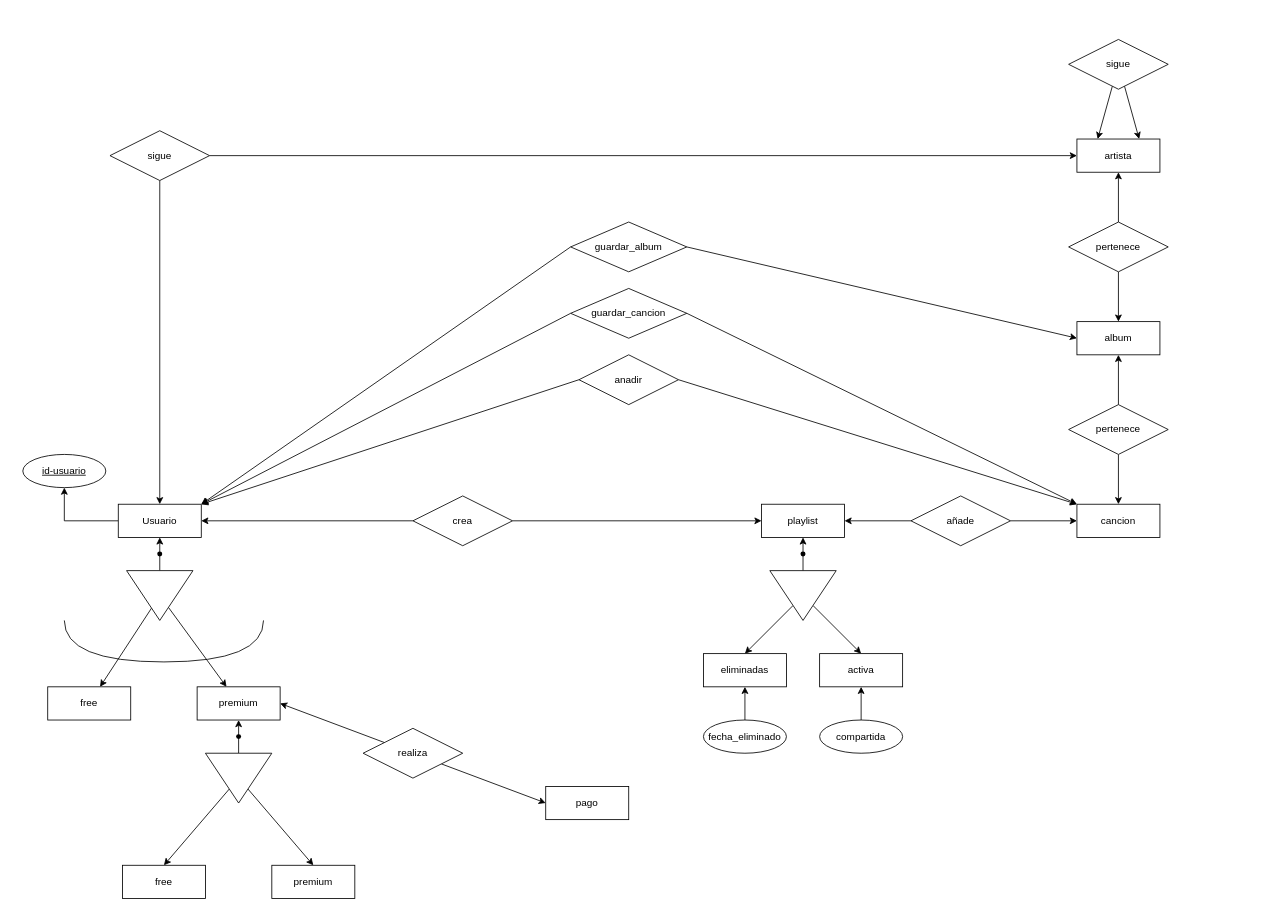
The draw.io diagram SpotifySolucion.drawio in miguelelinformatico/2025_26, before the edit. Source tidied: cells renumbered, new cells numbered last; positions are measured from the earlier drawing's top-left corner, leaving out a move shared by most shapes. Both pictures are drawn from the tidied source at 83%, with x=0, y=0 at pixel (22, 39).
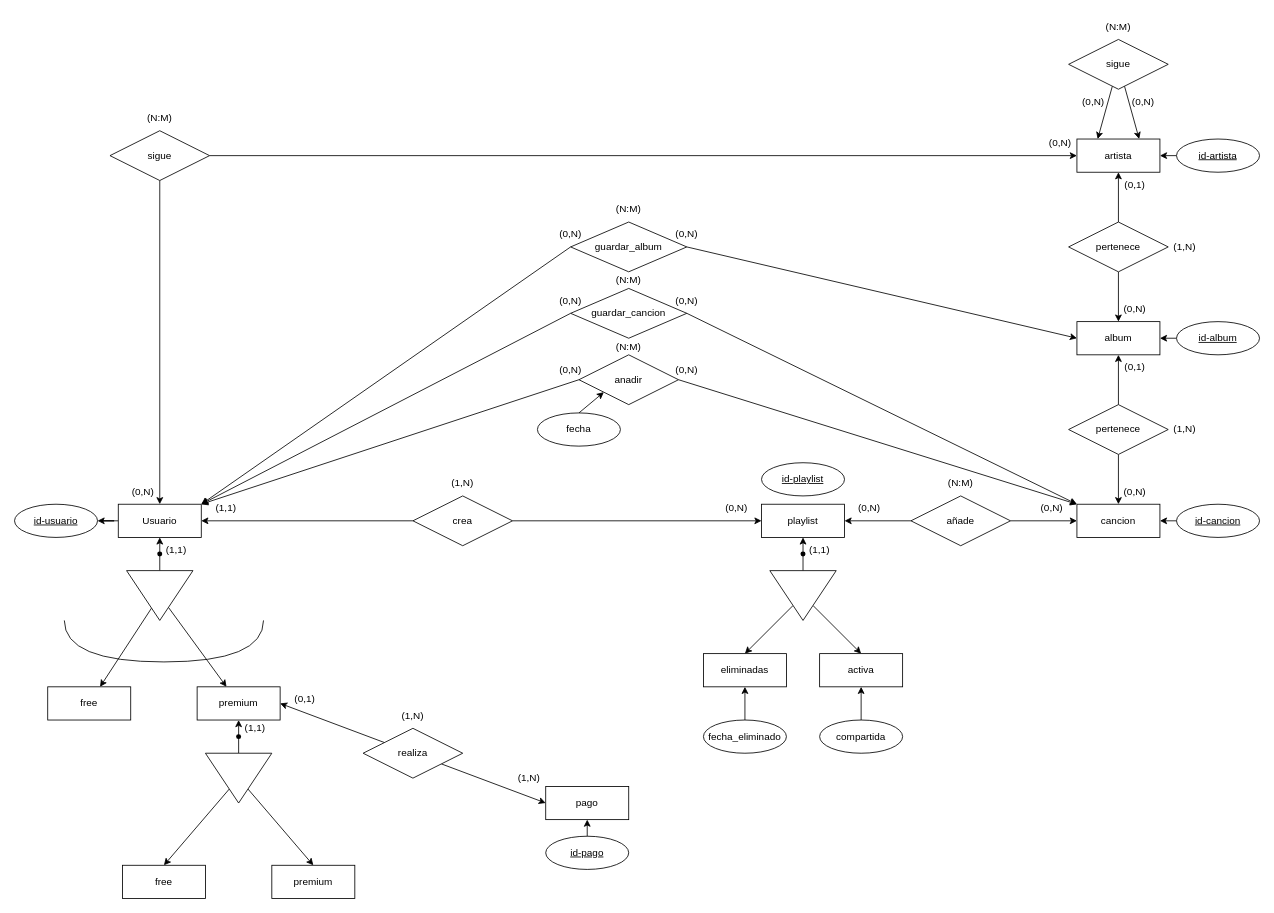
Above is the later version.

Unchanged cells that the change refers to:
```xml
<mxCell id="23" value="pago" style="whiteSpace=wrap;html=1;align=center;" parent="1" vertex="1">
  <mxGeometry x="630" y="900" width="100" height="40" as="geometry" />
</mxCell>
<mxCell id="40" value="cancion" style="whiteSpace=wrap;html=1;align=center;" parent="1" vertex="1">
  <mxGeometry x="1270" y="560" width="100" height="40" as="geometry" />
</mxCell>
<mxCell id="47" value="album" style="whiteSpace=wrap;html=1;align=center;" parent="1" vertex="1">
  <mxGeometry x="1270" y="340" width="100" height="40" as="geometry" />
</mxCell>
<mxCell id="51" value="artista" style="whiteSpace=wrap;html=1;align=center;" parent="1" vertex="1">
  <mxGeometry x="1270" y="120" width="100" height="40" as="geometry" />
</mxCell>
<mxCell id="60" value="anadir" style="shape=rhombus;perimeter=rhombusPerimeter;whiteSpace=wrap;html=1;align=center;" parent="1" vertex="1">
  <mxGeometry x="670" y="380" width="120" height="60" as="geometry" />
</mxCell>
```

Change to the diagram source:
```diff
@@
     <mxCell id="12" value="id-usuario" style="ellipse;whiteSpace=wrap;html=1;align=center;fontStyle=4;" parent="1" vertex="1">
-      <mxGeometry y="500" width="100" height="40" as="geometry" />
+      <mxGeometry x="-10" y="560" width="100" height="40" as="geometry" />
     </mxCell>
@@
+    <mxCell id="67" value="(1,1)" style="text;html=1;whiteSpace=wrap;strokeColor=none;fillColor=none;align=center;verticalAlign=middle;rounded=0;" parent="1" vertex="1">
+      <mxGeometry x="155" y="600" width="60" height="30" as="geometry" />
+    </mxCell>
+    <mxCell id="68" value="(1,N)" style="text;html=1;whiteSpace=wrap;strokeColor=none;fillColor=none;align=center;verticalAlign=middle;rounded=0;" parent="1" vertex="1">
+      <mxGeometry x="580" y="875" width="60" height="30" as="geometry" />
+    </mxCell>
+    <mxCell id="69" value="(1,N)" style="text;html=1;whiteSpace=wrap;strokeColor=none;fillColor=none;align=center;verticalAlign=middle;rounded=0;" parent="1" vertex="1">
+      <mxGeometry x="440" y="800" width="60" height="30" as="geometry" />
+    </mxCell>
+    <mxCell id="70" value="(0,1)" style="text;html=1;whiteSpace=wrap;strokeColor=none;fillColor=none;align=center;verticalAlign=middle;rounded=0;" parent="1" vertex="1">
+      <mxGeometry x="310" y="780" width="60" height="30" as="geometry" />
+    </mxCell>
+    <mxCell id="71" value="(1,1)" style="text;html=1;whiteSpace=wrap;strokeColor=none;fillColor=none;align=center;verticalAlign=middle;rounded=0;" parent="1" vertex="1">
+      <mxGeometry x="250" y="815" width="60" height="30" as="geometry" />
+    </mxCell>
+    <mxCell id="72" value="(1,N)" style="text;html=1;whiteSpace=wrap;strokeColor=none;fillColor=none;align=center;verticalAlign=middle;rounded=0;" parent="1" vertex="1">
+      <mxGeometry x="500" y="520" width="60" height="30" as="geometry" />
+    </mxCell>
+    <mxCell id="73" value="(0,N)" style="text;html=1;whiteSpace=wrap;strokeColor=none;fillColor=none;align=center;verticalAlign=middle;rounded=0;" parent="1" vertex="1">
+      <mxGeometry x="830" y="550" width="60" height="30" as="geometry" />
+    </mxCell>
+    <mxCell id="74" value="(1,1)" style="text;html=1;whiteSpace=wrap;strokeColor=none;fillColor=none;align=center;verticalAlign=middle;rounded=0;" parent="1" vertex="1">
+      <mxGeometry x="215" y="550" width="60" height="30" as="geometry" />
+    </mxCell>
+    <mxCell id="75" value="(0,N)" style="text;html=1;whiteSpace=wrap;strokeColor=none;fillColor=none;align=center;verticalAlign=middle;rounded=0;" parent="1" vertex="1">
+      <mxGeometry x="990" y="550" width="60" height="30" as="geometry" />
+    </mxCell>
+    <mxCell id="76" value="(0,N)" style="text;html=1;whiteSpace=wrap;strokeColor=none;fillColor=none;align=center;verticalAlign=middle;rounded=0;" parent="1" vertex="1">
+      <mxGeometry x="1210" y="550" width="60" height="30" as="geometry" />
+    </mxCell>
+    <mxCell id="77" value="(N:M)" style="text;html=1;whiteSpace=wrap;strokeColor=none;fillColor=none;align=center;verticalAlign=middle;rounded=0;" parent="1" vertex="1">
+      <mxGeometry x="1100" y="520" width="60" height="30" as="geometry" />
+    </mxCell>
+    <mxCell id="78" value="(0,N)" style="text;html=1;whiteSpace=wrap;strokeColor=none;fillColor=none;align=center;verticalAlign=middle;rounded=0;" parent="1" vertex="1">
+      <mxGeometry x="1310" y="530" width="60" height="30" as="geometry" />
+    </mxCell>
+    <mxCell id="79" value="(1,N)" style="text;html=1;whiteSpace=wrap;strokeColor=none;fillColor=none;align=center;verticalAlign=middle;rounded=0;" parent="1" vertex="1">
+      <mxGeometry x="1370" y="455" width="60" height="30" as="geometry" />
+    </mxCell>
+    <mxCell id="80" value="(0,1)" style="text;html=1;whiteSpace=wrap;strokeColor=none;fillColor=none;align=center;verticalAlign=middle;rounded=0;" parent="1" vertex="1">
+      <mxGeometry x="1310" y="380" width="60" height="30" as="geometry" />
+    </mxCell>
+    <mxCell id="81" value="(0,N)" style="text;html=1;whiteSpace=wrap;strokeColor=none;fillColor=none;align=center;verticalAlign=middle;rounded=0;" parent="1" vertex="1">
+      <mxGeometry x="1310" y="310" width="60" height="30" as="geometry" />
+    </mxCell>
+    <mxCell id="82" value="(0,1)" style="text;html=1;whiteSpace=wrap;strokeColor=none;fillColor=none;align=center;verticalAlign=middle;rounded=0;" parent="1" vertex="1">
+      <mxGeometry x="1310" y="160" width="60" height="30" as="geometry" />
+    </mxCell>
+    <mxCell id="83" value="(1,N)" style="text;html=1;whiteSpace=wrap;strokeColor=none;fillColor=none;align=center;verticalAlign=middle;rounded=0;" parent="1" vertex="1">
+      <mxGeometry x="1370" y="235" width="60" height="30" as="geometry" />
+    </mxCell>
+    <mxCell id="84" value="(0,N)" style="text;html=1;whiteSpace=wrap;strokeColor=none;fillColor=none;align=center;verticalAlign=middle;rounded=0;" parent="1" vertex="1">
+      <mxGeometry x="1320" y="60" width="60" height="30" as="geometry" />
+    </mxCell>
+    <mxCell id="85" value="(0,N)" style="text;html=1;whiteSpace=wrap;strokeColor=none;fillColor=none;align=center;verticalAlign=middle;rounded=0;" parent="1" vertex="1">
+      <mxGeometry x="1260" y="60" width="60" height="30" as="geometry" />
+    </mxCell>
+    <mxCell id="86" value="(N:M)" style="text;html=1;whiteSpace=wrap;strokeColor=none;fillColor=none;align=center;verticalAlign=middle;rounded=0;" parent="1" vertex="1">
+      <mxGeometry x="1290" y="-30" width="60" height="30" as="geometry" />
+    </mxCell>
+    <mxCell id="87" value="(0,N)" style="text;html=1;whiteSpace=wrap;strokeColor=none;fillColor=none;align=center;verticalAlign=middle;rounded=0;" parent="1" vertex="1">
+      <mxGeometry x="115" y="530" width="60" height="30" as="geometry" />
+    </mxCell>
+    <mxCell id="88" value="(N:M)" style="text;html=1;whiteSpace=wrap;strokeColor=none;fillColor=none;align=center;verticalAlign=middle;rounded=0;" parent="1" vertex="1">
+      <mxGeometry x="135" y="80" width="60" height="30" as="geometry" />
+    </mxCell>
+    <mxCell id="89" value="(0,N)" style="text;html=1;whiteSpace=wrap;strokeColor=none;fillColor=none;align=center;verticalAlign=middle;rounded=0;" parent="1" vertex="1">
+      <mxGeometry x="1220" y="110" width="60" height="30" as="geometry" />
+    </mxCell>
+    <mxCell id="90" value="(0,N)" style="text;html=1;whiteSpace=wrap;strokeColor=none;fillColor=none;align=center;verticalAlign=middle;rounded=0;" parent="1" vertex="1">
+      <mxGeometry x="630" y="220" width="60" height="30" as="geometry" />
+    </mxCell>
+    <mxCell id="91" value="(0,N)" style="text;html=1;whiteSpace=wrap;strokeColor=none;fillColor=none;align=center;verticalAlign=middle;rounded=0;" parent="1" vertex="1">
+      <mxGeometry x="770" y="220" width="60" height="30" as="geometry" />
+    </mxCell>
+    <mxCell id="92" value="(N:M)" style="text;html=1;whiteSpace=wrap;strokeColor=none;fillColor=none;align=center;verticalAlign=middle;rounded=0;" parent="1" vertex="1">
+      <mxGeometry x="700" y="190" width="60" height="30" as="geometry" />
+    </mxCell>
+    <mxCell id="93" value="(0,N)" style="text;html=1;whiteSpace=wrap;strokeColor=none;fillColor=none;align=center;verticalAlign=middle;rounded=0;" parent="1" vertex="1">
+      <mxGeometry x="630" y="300" width="60" height="30" as="geometry" />
+    </mxCell>
+    <mxCell id="94" value="(0,N)" style="text;html=1;whiteSpace=wrap;strokeColor=none;fillColor=none;align=center;verticalAlign=middle;rounded=0;" parent="1" vertex="1">
+      <mxGeometry x="770" y="300" width="60" height="30" as="geometry" />
+    </mxCell>
+    <mxCell id="95" value="(N:M)" style="text;html=1;whiteSpace=wrap;strokeColor=none;fillColor=none;align=center;verticalAlign=middle;rounded=0;" parent="1" vertex="1">
+      <mxGeometry x="700" y="275" width="60" height="30" as="geometry" />
+    </mxCell>
+    <mxCell id="96" value="(0,N)" style="text;html=1;whiteSpace=wrap;strokeColor=none;fillColor=none;align=center;verticalAlign=middle;rounded=0;" parent="1" vertex="1">
+      <mxGeometry x="630" y="383" width="60" height="30" as="geometry" />
+    </mxCell>
+    <mxCell id="97" value="(0,N)" style="text;html=1;whiteSpace=wrap;strokeColor=none;fillColor=none;align=center;verticalAlign=middle;rounded=0;" parent="1" vertex="1">
+      <mxGeometry x="770" y="383" width="60" height="30" as="geometry" />
+    </mxCell>
+    <mxCell id="98" value="(N:M)" style="text;html=1;whiteSpace=wrap;strokeColor=none;fillColor=none;align=center;verticalAlign=middle;rounded=0;" parent="1" vertex="1">
+      <mxGeometry x="700" y="356" width="60" height="30" as="geometry" />
+    </mxCell>
+    <mxCell id="99" value="(1,1)" style="text;html=1;whiteSpace=wrap;strokeColor=none;fillColor=none;align=center;verticalAlign=middle;rounded=0;" parent="1" vertex="1">
+      <mxGeometry x="930" y="600" width="60" height="30" as="geometry" />
+    </mxCell>
+    <mxCell id="100" value="id-playlist" style="ellipse;whiteSpace=wrap;html=1;align=center;fontStyle=4;" parent="1" vertex="1">
+      <mxGeometry x="890" y="510" width="100" height="40" as="geometry" />
+    </mxCell>
+    <mxCell id="101" style="edgeStyle=none;rounded=0;jettySize=auto;html=1;" parent="1" edge="1" source="102" target="40">
+      <mxGeometry relative="1" as="geometry" />
+    </mxCell>
+    <mxCell id="102" value="id-cancion" style="ellipse;whiteSpace=wrap;html=1;align=center;fontStyle=4;" parent="1" vertex="1">
+      <mxGeometry x="1390" y="560" width="100" height="40" as="geometry" />
+    </mxCell>
+    <mxCell id="103" style="edgeStyle=none;rounded=0;jettySize=auto;html=1;" parent="1" edge="1" source="104" target="47">
+      <mxGeometry relative="1" as="geometry" />
+    </mxCell>
+    <mxCell id="104" value="id-album" style="ellipse;whiteSpace=wrap;html=1;align=center;fontStyle=4;" parent="1" vertex="1">
+      <mxGeometry x="1390" y="340" width="100" height="40" as="geometry" />
+    </mxCell>
+    <mxCell id="105" style="edgeStyle=none;rounded=0;jettySize=auto;html=1;" parent="1" edge="1" source="106" target="51">
+      <mxGeometry relative="1" as="geometry" />
+    </mxCell>
+    <mxCell id="106" value="id-artista" style="ellipse;whiteSpace=wrap;html=1;align=center;fontStyle=4;" parent="1" vertex="1">
+      <mxGeometry x="1390" y="120" width="100" height="40" as="geometry" />
+    </mxCell>
+    <mxCell id="107" style="edgeStyle=none;rounded=0;jettySize=auto;html=1;entryX=0;entryY=1;entryDx=0;entryDy=0;exitX=0.5;exitY=0;exitDx=0;exitDy=0;" parent="1" edge="1" source="108" target="60">
+      <mxGeometry relative="1" as="geometry" />
+    </mxCell>
+    <mxCell id="108" value="fecha" style="ellipse;whiteSpace=wrap;html=1;align=center;" parent="1" vertex="1">
+      <mxGeometry x="620" y="450" width="100" height="40" as="geometry" />
+    </mxCell>
+    <mxCell id="109" value="id-pago" style="ellipse;whiteSpace=wrap;html=1;align=center;fontStyle=4;" parent="1" vertex="1">
+      <mxGeometry x="630" y="960" width="100" height="40" as="geometry" />
+    </mxCell>
+    <mxCell id="110" style="edgeStyle=none;rounded=0;jettySize=auto;html=1;entryX=0.5;entryY=1;entryDx=0;entryDy=0;" parent="1" edge="1" source="109" target="23">
+      <mxGeometry relative="1" as="geometry" />
+    </mxCell>
```
